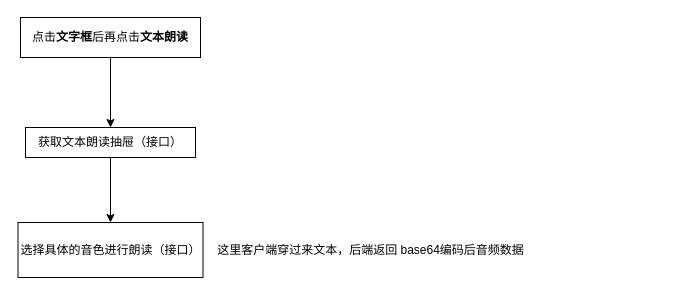
Above: Untitled Diagram.drawio in Song122/myimg_beg (draw.io), before the change. Source tidied: cells renumbered, new cells numbered last; positions are measured from the earlier drawing's top-left corner, leaving out a move shared by most shapes. Both pictures are drawn from the tidied source at 100%, with x=0, y=0 at pixel (18, 17).
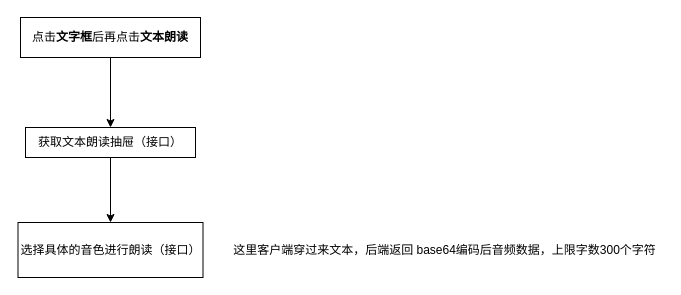
The same diagram, later.

What changed in the source:
```diff
@@
 <mxGraphModel>
   <root>
     <mxCell id="0" />
     <mxCell id="1" parent="0" />
     <mxCell id="2" style="edgeStyle=orthogonalEdgeStyle;rounded=0;jettySize=auto;html=1;fontColor=default;" parent="1" edge="1" source="3" target="5">
       <mxGeometry relative="1" as="geometry" />
     </mxCell>
     <mxCell id="3" value="点击&lt;b&gt;文字框&lt;/b&gt;后再点击&lt;b&gt;文本朗读&lt;/b&gt;" style="rounded=0;whiteSpace=wrap;html=1;fillColor=default;strokeColor=default;fontColor=default;" parent="1" vertex="1">
       <mxGeometry x="2" width="180" height="40" as="geometry" />
     </mxCell>
     <mxCell id="4" style="edgeStyle=orthogonalEdgeStyle;rounded=0;jettySize=auto;html=1;fontColor=default;" parent="1" edge="1" source="5" target="6">
       <mxGeometry relative="1" as="geometry" />
     </mxCell>
     <mxCell id="5" value="获取文本朗读抽屉（接口）" style="whiteSpace=wrap;html=1;rounded=0;fillColor=default;strokeColor=default;fontColor=default;" parent="1" vertex="1">
       <mxGeometry x="7" y="110" width="170" height="30" as="geometry" />
     </mxCell>
     <mxCell id="6" value="选择具体的音色进行朗读（接口）" style="whiteSpace=wrap;html=1;rounded=0;fillColor=default;strokeColor=default;fontColor=default;" parent="1" vertex="1">
       <mxGeometry x="-0.5" y="205" width="185" height="55" as="geometry" />
     </mxCell>
-    <mxCell id="7" value="这里客户端穿过来文本，后端返回 base64编码后音频数据" style="text;html=1;align=center;verticalAlign=middle;strokeColor=none;fillColor=none;fontColor=default;" parent="1" vertex="1">
-      <mxGeometry x="192" y="222.5" width="320" height="20" as="geometry" />
+    <mxCell id="7" value="这里客户端穿过来文本，后端返回 base64编码后音频数据，上限字数300个字符" style="text;html=1;align=center;verticalAlign=middle;strokeColor=none;fillColor=none;fontColor=default;" parent="1" vertex="1">
+      <mxGeometry x="206" y="222.5" width="440" height="20" as="geometry" />
     </mxCell>
   </root>
 </mxGraphModel>
```
